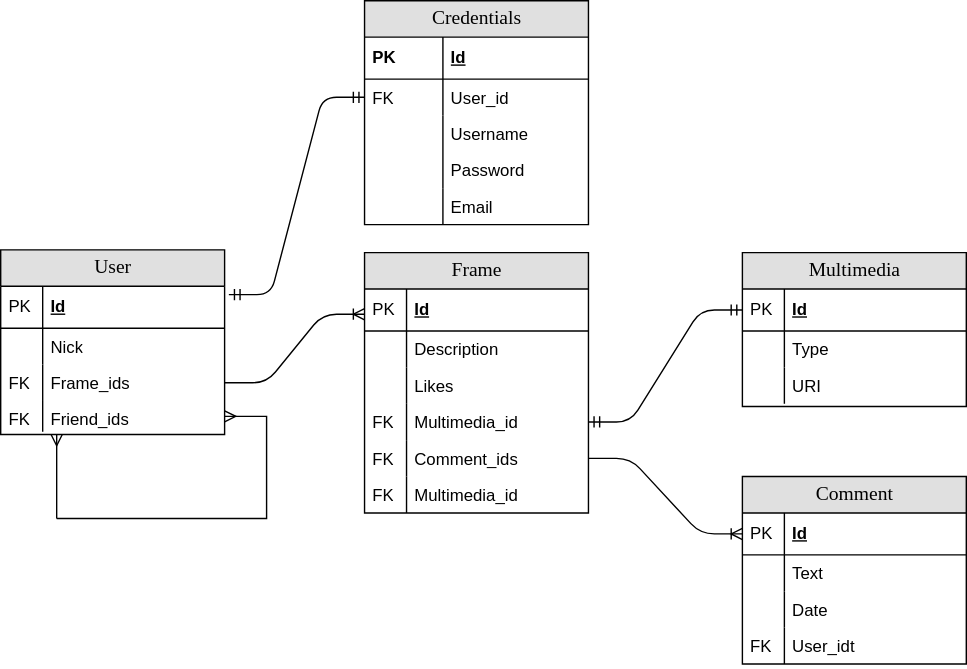
addUsername/Social-app keeps this draw.io diagram as Docs/ERD.svg. Above is the earlier version. Source tidied: cells renumbered, new cells last; positions are measured from the earlier drawing's top-left corner, leaving out a move shared by most shapes. Its diagram source:
```xml
<mxGraphModel background="#ffffff">
  <root>
    <mxCell id="0" />
    <mxCell id="1" parent="0" />
    <mxCell id="2" value="Frame" style="swimlane;html=1;fontStyle=0;horizontal=1;startSize=26;fillColor=#e0e0e0;swimlaneFillColor=#ffffff;align=center;shadow=0;comic=0;labelBackgroundColor=none;strokeWidth=1;fontFamily=Verdana;fontSize=14;" parent="1" vertex="1">
      <mxGeometry x="260" y="180" width="160" height="186" as="geometry" />
    </mxCell>
    <mxCell id="3" value="Id" style="shape=partialRectangle;top=0;left=0;right=0;bottom=1;html=1;align=left;verticalAlign=middle;fillColor=none;spacingLeft=34;spacingRight=4;whiteSpace=wrap;overflow=hidden;fontStyle=5;" parent="2" vertex="1">
      <mxGeometry y="26" width="160" height="30" as="geometry" />
    </mxCell>
    <mxCell id="4" value="PK" style="shape=partialRectangle;top=0;left=0;bottom=0;html=1;fillColor=none;align=left;verticalAlign=middle;spacingLeft=4;spacingRight=4;whiteSpace=wrap;overflow=hidden;" parent="3" vertex="1">
      <mxGeometry width="30" height="30" as="geometry" />
    </mxCell>
    <mxCell id="5" value="Description" style="shape=partialRectangle;top=0;left=0;right=0;bottom=0;html=1;align=left;verticalAlign=top;fillColor=none;spacingLeft=34;spacingRight=4;whiteSpace=wrap;overflow=hidden;" parent="2" vertex="1">
      <mxGeometry y="56" width="160" height="26" as="geometry" />
    </mxCell>
    <mxCell id="6" style="shape=partialRectangle;top=0;left=0;bottom=0;html=1;fillColor=none;align=left;verticalAlign=top;spacingLeft=4;spacingRight=4;whiteSpace=wrap;overflow=hidden;" parent="5" vertex="1">
      <mxGeometry width="30" height="26" as="geometry" />
    </mxCell>
    <mxCell id="7" value="Likes" style="shape=partialRectangle;top=0;left=0;right=0;bottom=0;html=1;align=left;verticalAlign=top;fillColor=none;spacingLeft=34;spacingRight=4;whiteSpace=wrap;overflow=hidden;" parent="2" vertex="1">
      <mxGeometry y="82" width="160" height="26" as="geometry" />
    </mxCell>
    <mxCell id="8" style="shape=partialRectangle;top=0;left=0;bottom=0;html=1;fillColor=none;align=left;verticalAlign=top;spacingLeft=4;spacingRight=4;whiteSpace=wrap;overflow=hidden;" parent="7" vertex="1">
      <mxGeometry width="30" height="26" as="geometry" />
    </mxCell>
    <mxCell id="9" value="Multimedia_id" style="shape=partialRectangle;top=0;left=0;right=0;bottom=0;html=1;align=left;verticalAlign=top;fillColor=none;spacingLeft=34;spacingRight=4;whiteSpace=wrap;overflow=hidden;points=[[0,0.5],[1,0.5]];portConstraint=eastwest;" parent="2" vertex="1">
      <mxGeometry y="108" width="160" height="26" as="geometry" />
    </mxCell>
    <mxCell id="10" value="FK" style="shape=partialRectangle;top=0;left=0;bottom=0;html=1;fillColor=none;align=left;verticalAlign=top;spacingLeft=4;spacingRight=4;whiteSpace=wrap;overflow=hidden;" parent="9" vertex="1">
      <mxGeometry width="30" height="26" as="geometry" />
    </mxCell>
    <mxCell id="11" value="Comment_ids" style="shape=partialRectangle;top=0;left=0;right=0;bottom=0;html=1;align=left;verticalAlign=top;fillColor=none;spacingLeft=34;spacingRight=4;whiteSpace=wrap;overflow=hidden;points=[[0,0.5],[1,0.5]];portConstraint=eastwest;" parent="2" vertex="1">
      <mxGeometry y="134" width="160" height="26" as="geometry" />
    </mxCell>
    <mxCell id="12" value="FK" style="shape=partialRectangle;top=0;left=0;bottom=0;html=1;fillColor=none;align=left;verticalAlign=top;spacingLeft=4;spacingRight=4;whiteSpace=wrap;overflow=hidden;" parent="11" vertex="1">
      <mxGeometry width="30" height="26" as="geometry" />
    </mxCell>
    <mxCell id="13" value="Multimedia_id" style="shape=partialRectangle;top=0;left=0;right=0;bottom=0;html=1;align=left;verticalAlign=top;fillColor=none;spacingLeft=34;spacingRight=4;whiteSpace=wrap;overflow=hidden;" parent="2" vertex="1">
      <mxGeometry y="160" width="160" height="26" as="geometry" />
    </mxCell>
    <mxCell id="14" value="FK" style="shape=partialRectangle;top=0;left=0;bottom=0;html=1;fillColor=none;align=left;verticalAlign=top;spacingLeft=4;spacingRight=4;whiteSpace=wrap;overflow=hidden;" parent="13" vertex="1">
      <mxGeometry width="30" height="26" as="geometry" />
    </mxCell>
    <mxCell id="15" value="User" style="swimlane;html=1;fontStyle=0;horizontal=1;startSize=26;fillColor=#e0e0e0;swimlaneFillColor=#ffffff;align=center;shadow=0;comic=0;labelBackgroundColor=none;strokeWidth=1;fontFamily=Verdana;fontSize=14;" parent="1" vertex="1">
      <mxGeometry y="178" width="160" height="132" as="geometry" />
    </mxCell>
    <mxCell id="16" value="Id" style="shape=partialRectangle;top=0;left=0;right=0;bottom=1;html=1;align=left;verticalAlign=middle;fillColor=none;spacingLeft=34;spacingRight=4;whiteSpace=wrap;overflow=hidden;points=[[0,0.5],[1,0.5]];portConstraint=eastwest;fontStyle=5;" parent="15" vertex="1">
      <mxGeometry y="26" width="160" height="30" as="geometry" />
    </mxCell>
    <mxCell id="17" value="PK" style="shape=partialRectangle;top=0;left=0;bottom=0;html=1;fillColor=none;align=left;verticalAlign=middle;spacingLeft=4;spacingRight=4;whiteSpace=wrap;overflow=hidden;" parent="16" vertex="1">
      <mxGeometry width="30" height="30" as="geometry" />
    </mxCell>
    <mxCell id="18" value="Nick" style="shape=partialRectangle;top=0;left=0;right=0;bottom=0;html=1;align=left;verticalAlign=top;fillColor=none;spacingLeft=34;spacingRight=4;whiteSpace=wrap;overflow=hidden;" parent="15" vertex="1">
      <mxGeometry y="56" width="160" height="26" as="geometry" />
    </mxCell>
    <mxCell id="19" style="shape=partialRectangle;top=0;left=0;bottom=0;html=1;fillColor=none;align=left;verticalAlign=top;spacingLeft=4;spacingRight=4;whiteSpace=wrap;overflow=hidden;" parent="18" vertex="1">
      <mxGeometry width="30" height="26" as="geometry" />
    </mxCell>
    <mxCell id="20" value="Frame_ids" style="shape=partialRectangle;top=0;left=0;right=0;bottom=0;html=1;align=left;verticalAlign=top;fillColor=none;spacingLeft=34;spacingRight=4;whiteSpace=wrap;overflow=hidden;points=[[0,0.5],[1,0.5]];portConstraint=eastwest;" parent="15" vertex="1">
      <mxGeometry y="82" width="160" height="26" as="geometry" />
    </mxCell>
    <mxCell id="21" value="FK" style="shape=partialRectangle;top=0;left=0;bottom=0;html=1;fillColor=none;align=left;verticalAlign=top;spacingLeft=4;spacingRight=4;whiteSpace=wrap;overflow=hidden;" parent="20" vertex="1">
      <mxGeometry width="30" height="26" as="geometry" />
    </mxCell>
    <mxCell id="22" value="Friend_ids" style="shape=partialRectangle;top=0;left=0;right=0;bottom=0;html=1;align=left;verticalAlign=top;fillColor=none;spacingLeft=34;spacingRight=4;whiteSpace=wrap;overflow=hidden;points=[[0,0.5],[1,0.5]];portConstraint=eastwest;" parent="15" vertex="1">
      <mxGeometry y="108" width="160" height="22" as="geometry" />
    </mxCell>
    <mxCell id="23" value="FK" style="shape=partialRectangle;top=0;left=0;bottom=0;html=1;fillColor=none;align=left;verticalAlign=top;spacingLeft=4;spacingRight=4;whiteSpace=wrap;overflow=hidden;" parent="22" vertex="1">
      <mxGeometry width="30" height="22" as="geometry" />
    </mxCell>
    <mxCell id="24" style="edgeStyle=entityRelationEdgeStyle;fontSize=12;html=1;endArrow=ERoneToMany;exitX=1;exitY=0.5;exitDx=0;exitDy=0;" parent="1" edge="1" source="20">
      <mxGeometry relative="1" as="geometry">
        <mxPoint x="260" y="224" as="targetPoint" />
      </mxGeometry>
    </mxCell>
    <mxCell id="25" value="Credentials" style="swimlane;html=1;fontStyle=0;horizontal=1;startSize=26;fillColor=#e0e0e0;swimlaneFillColor=#ffffff;align=center;shadow=0;comic=0;labelBackgroundColor=none;strokeWidth=1;fontFamily=Verdana;fontSize=14;" parent="1" vertex="1">
      <mxGeometry x="260" width="160" height="160" as="geometry" />
    </mxCell>
    <mxCell id="26" value="Id" style="shape=partialRectangle;top=0;left=0;right=0;bottom=1;html=1;align=left;verticalAlign=middle;fillColor=none;spacingLeft=60;spacingRight=4;whiteSpace=wrap;overflow=hidden;fontStyle=5;" parent="25" vertex="1">
      <mxGeometry y="26" width="160" height="30" as="geometry" />
    </mxCell>
    <mxCell id="27" value="PK" style="shape=partialRectangle;fontStyle=1;top=0;left=0;bottom=0;html=1;fillColor=none;align=left;verticalAlign=middle;spacingLeft=4;spacingRight=4;whiteSpace=wrap;overflow=hidden;" parent="26" vertex="1">
      <mxGeometry width="56" height="30" as="geometry" />
    </mxCell>
    <mxCell id="28" value="User_id" style="shape=partialRectangle;top=0;left=0;right=0;bottom=0;html=1;align=left;verticalAlign=top;fillColor=none;spacingLeft=60;spacingRight=4;whiteSpace=wrap;overflow=hidden;points=[[0,0.5],[1,0.5]];portConstraint=eastwest;" parent="25" vertex="1">
      <mxGeometry y="56" width="160" height="26" as="geometry" />
    </mxCell>
    <mxCell id="29" value="FK" style="shape=partialRectangle;top=0;left=0;bottom=0;html=1;fillColor=none;align=left;verticalAlign=top;spacingLeft=4;spacingRight=4;whiteSpace=wrap;overflow=hidden;" parent="28" vertex="1">
      <mxGeometry width="56" height="26" as="geometry" />
    </mxCell>
    <mxCell id="30" value="Username" style="shape=partialRectangle;top=0;left=0;right=0;bottom=0;html=1;align=left;verticalAlign=top;fillColor=none;spacingLeft=60;spacingRight=4;whiteSpace=wrap;overflow=hidden;" parent="25" vertex="1">
      <mxGeometry y="82" width="160" height="26" as="geometry" />
    </mxCell>
    <mxCell id="31" style="shape=partialRectangle;top=0;left=0;bottom=0;html=1;fillColor=none;align=left;verticalAlign=top;spacingLeft=4;spacingRight=4;whiteSpace=wrap;overflow=hidden;" parent="30" vertex="1">
      <mxGeometry width="56" height="26" as="geometry" />
    </mxCell>
    <mxCell id="32" value="Password" style="shape=partialRectangle;top=0;left=0;right=0;bottom=0;html=1;align=left;verticalAlign=top;fillColor=none;spacingLeft=60;spacingRight=4;whiteSpace=wrap;overflow=hidden;" parent="25" vertex="1">
      <mxGeometry y="108" width="160" height="26" as="geometry" />
    </mxCell>
    <mxCell id="33" style="shape=partialRectangle;top=0;left=0;bottom=0;html=1;fillColor=none;align=left;verticalAlign=top;spacingLeft=4;spacingRight=4;whiteSpace=wrap;overflow=hidden;" parent="32" vertex="1">
      <mxGeometry width="56" height="26" as="geometry" />
    </mxCell>
    <mxCell id="34" value="Email" style="shape=partialRectangle;top=0;left=0;right=0;bottom=0;html=1;align=left;verticalAlign=top;fillColor=none;spacingLeft=60;spacingRight=4;whiteSpace=wrap;overflow=hidden;" parent="25" vertex="1">
      <mxGeometry y="134" width="160" height="26" as="geometry" />
    </mxCell>
    <mxCell id="35" style="shape=partialRectangle;top=0;left=0;bottom=0;html=1;fillColor=none;align=left;verticalAlign=top;spacingLeft=4;spacingRight=4;whiteSpace=wrap;overflow=hidden;" parent="34" vertex="1">
      <mxGeometry width="56" height="26" as="geometry" />
    </mxCell>
    <mxCell id="36" style="edgeStyle=entityRelationEdgeStyle;fontSize=12;html=1;endArrow=ERmandOne;startArrow=ERmandOne;exitX=1.019;exitY=0.2;exitDx=0;exitDy=0;entryX=0;entryY=0.5;entryDx=0;entryDy=0;exitPerimeter=0;" parent="1" edge="1" source="16" target="28">
      <mxGeometry relative="1" as="geometry" />
    </mxCell>
    <mxCell id="37" style="edgeStyle=orthogonalEdgeStyle;fontSize=12;html=1;endArrow=none;startArrow=ERmany;exitX=1;exitY=0.5;exitDx=0;exitDy=0;startFill=0;endFill=0;rounded=0;" parent="1" edge="1" source="22">
      <mxGeometry relative="1" as="geometry">
        <mxPoint x="40" y="370" as="targetPoint" />
        <Array as="points">
          <mxPoint x="190" y="297" />
          <mxPoint x="190" y="370" />
        </Array>
      </mxGeometry>
    </mxCell>
    <mxCell id="38" style="endArrow=ERmany;html=1;entryX=0.25;entryY=1;entryDx=0;entryDy=0;rounded=0;startArrow=none;startFill=0;endFill=0;" parent="1" edge="1" target="15">
      <mxGeometry relative="1" as="geometry">
        <mxPoint x="40" y="370" as="sourcePoint" />
      </mxGeometry>
    </mxCell>
    <mxCell id="39" value="Multimedia" style="swimlane;html=1;fontStyle=0;horizontal=1;startSize=26;fillColor=#e0e0e0;swimlaneFillColor=#ffffff;align=center;shadow=0;comic=0;labelBackgroundColor=none;strokeWidth=1;fontFamily=Verdana;fontSize=14;" parent="1" vertex="1">
      <mxGeometry x="530" y="180" width="160" height="110" as="geometry" />
    </mxCell>
    <mxCell id="40" value="Id" style="shape=partialRectangle;top=0;left=0;right=0;bottom=1;html=1;align=left;verticalAlign=middle;fillColor=none;spacingLeft=34;spacingRight=4;whiteSpace=wrap;overflow=hidden;points=[[0,0.5],[1,0.5]];portConstraint=eastwest;fontStyle=5;" parent="39" vertex="1">
      <mxGeometry y="26" width="160" height="30" as="geometry" />
    </mxCell>
    <mxCell id="41" value="PK" style="shape=partialRectangle;top=0;left=0;bottom=0;html=1;fillColor=none;align=left;verticalAlign=middle;spacingLeft=4;spacingRight=4;whiteSpace=wrap;overflow=hidden;" parent="40" vertex="1">
      <mxGeometry width="30" height="30" as="geometry" />
    </mxCell>
    <mxCell id="42" value="Type" style="shape=partialRectangle;top=0;left=0;right=0;bottom=0;html=1;align=left;verticalAlign=top;fillColor=none;spacingLeft=34;spacingRight=4;whiteSpace=wrap;overflow=hidden;" parent="39" vertex="1">
      <mxGeometry y="56" width="160" height="26" as="geometry" />
    </mxCell>
    <mxCell id="43" style="shape=partialRectangle;top=0;left=0;bottom=0;html=1;fillColor=none;align=left;verticalAlign=top;spacingLeft=4;spacingRight=4;whiteSpace=wrap;overflow=hidden;" parent="42" vertex="1">
      <mxGeometry width="30" height="26" as="geometry" />
    </mxCell>
    <mxCell id="44" value="URI" style="shape=partialRectangle;top=0;left=0;right=0;bottom=0;html=1;align=left;verticalAlign=top;fillColor=none;spacingLeft=34;spacingRight=4;whiteSpace=wrap;overflow=hidden;" parent="39" vertex="1">
      <mxGeometry y="82" width="160" height="26" as="geometry" />
    </mxCell>
    <mxCell id="45" style="shape=partialRectangle;top=0;left=0;bottom=0;html=1;fillColor=none;align=left;verticalAlign=top;spacingLeft=4;spacingRight=4;whiteSpace=wrap;overflow=hidden;" parent="44" vertex="1">
      <mxGeometry width="30" height="26" as="geometry" />
    </mxCell>
    <mxCell id="46" style="edgeStyle=entityRelationEdgeStyle;fontSize=12;html=1;endArrow=ERmandOne;startArrow=ERmandOne;exitX=1;exitY=0.5;exitDx=0;exitDy=0;entryX=0;entryY=0.5;entryDx=0;entryDy=0;" parent="1" edge="1" source="9" target="40">
      <mxGeometry relative="1" as="geometry" />
    </mxCell>
    <mxCell id="47" value="Comment" style="swimlane;html=1;fontStyle=0;horizontal=1;startSize=26;fillColor=#e0e0e0;swimlaneFillColor=#ffffff;align=center;shadow=0;comic=0;labelBackgroundColor=none;strokeWidth=1;fontFamily=Verdana;fontSize=14;swimlaneLine=1;" parent="1" vertex="1">
      <mxGeometry x="530" y="340" width="160" height="134" as="geometry" />
    </mxCell>
    <mxCell id="48" value="Id" style="shape=partialRectangle;top=0;left=0;right=0;bottom=1;html=1;align=left;verticalAlign=middle;fillColor=none;spacingLeft=34;spacingRight=4;whiteSpace=wrap;overflow=hidden;points=[[0,0.5],[1,0.5]];portConstraint=eastwest;fontStyle=5;" parent="47" vertex="1">
      <mxGeometry y="26" width="160" height="30" as="geometry" />
    </mxCell>
    <mxCell id="49" value="PK" style="shape=partialRectangle;top=0;left=0;bottom=0;html=1;fillColor=none;align=left;verticalAlign=middle;spacingLeft=4;spacingRight=4;whiteSpace=wrap;overflow=hidden;" parent="48" vertex="1">
      <mxGeometry width="30" height="30" as="geometry" />
    </mxCell>
    <mxCell id="50" value="Text" style="shape=partialRectangle;top=0;left=0;right=0;bottom=0;html=1;align=left;verticalAlign=top;fillColor=none;spacingLeft=34;spacingRight=4;whiteSpace=wrap;overflow=hidden;" parent="47" vertex="1">
      <mxGeometry y="56" width="160" height="26" as="geometry" />
    </mxCell>
    <mxCell id="51" style="shape=partialRectangle;top=0;left=0;bottom=0;html=1;fillColor=none;align=left;verticalAlign=top;spacingLeft=4;spacingRight=4;whiteSpace=wrap;overflow=hidden;" parent="50" vertex="1">
      <mxGeometry width="30" height="26" as="geometry" />
    </mxCell>
    <mxCell id="52" value="Date" style="shape=partialRectangle;top=0;left=0;right=0;bottom=0;html=1;align=left;verticalAlign=top;fillColor=none;spacingLeft=34;spacingRight=4;whiteSpace=wrap;overflow=hidden;" parent="47" vertex="1">
      <mxGeometry y="82" width="160" height="26" as="geometry" />
    </mxCell>
    <mxCell id="53" style="shape=partialRectangle;top=0;left=0;bottom=0;html=1;fillColor=none;align=left;verticalAlign=top;spacingLeft=4;spacingRight=4;whiteSpace=wrap;overflow=hidden;" parent="52" vertex="1">
      <mxGeometry width="30" height="26" as="geometry" />
    </mxCell>
    <mxCell id="54" value="User_idt" style="shape=partialRectangle;top=0;left=0;right=0;bottom=0;html=1;align=left;verticalAlign=top;fillColor=none;spacingLeft=34;spacingRight=4;whiteSpace=wrap;overflow=hidden;" parent="47" vertex="1">
      <mxGeometry y="108" width="160" height="26" as="geometry" />
    </mxCell>
    <mxCell id="55" value="FK" style="shape=partialRectangle;top=0;left=0;bottom=0;html=1;fillColor=none;align=left;verticalAlign=top;spacingLeft=4;spacingRight=4;whiteSpace=wrap;overflow=hidden;" parent="54" vertex="1">
      <mxGeometry width="30" height="26" as="geometry" />
    </mxCell>
    <mxCell id="56" style="edgeStyle=entityRelationEdgeStyle;fontSize=12;html=1;endArrow=ERoneToMany;exitX=1;exitY=0.5;exitDx=0;exitDy=0;entryX=0;entryY=0.5;entryDx=0;entryDy=0;" parent="1" edge="1" source="11" target="48">
      <mxGeometry relative="1" as="geometry" />
    </mxCell>
  </root>
</mxGraphModel>
```
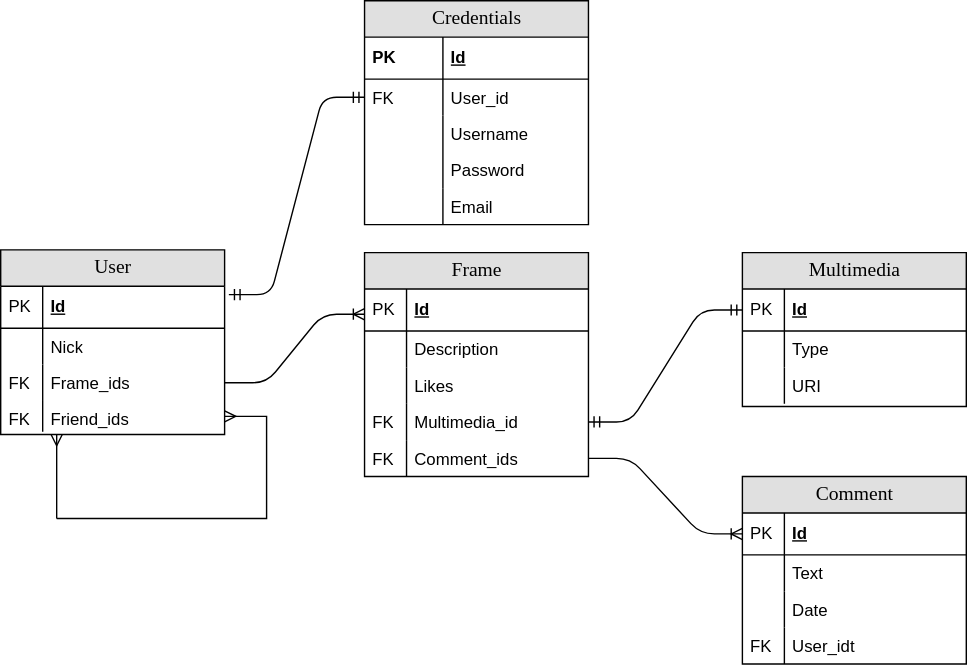
After the change.

Change to the diagram source:
```diff
@@ -3,7 +3,7 @@
     <mxCell id="0" />
     <mxCell id="1" parent="0" />
     <mxCell id="2" value="Frame" style="swimlane;html=1;fontStyle=0;horizontal=1;startSize=26;fillColor=#e0e0e0;swimlaneFillColor=#ffffff;align=center;shadow=0;comic=0;labelBackgroundColor=none;strokeWidth=1;fontFamily=Verdana;fontSize=14;" parent="1" vertex="1">
-      <mxGeometry x="260" y="180" width="160" height="186" as="geometry" />
+      <mxGeometry x="260" y="180" width="160" height="160" as="geometry" />
     </mxCell>
     <mxCell id="3" value="Id" style="shape=partialRectangle;top=0;left=0;right=0;bottom=1;html=1;align=left;verticalAlign=middle;fillColor=none;spacingLeft=34;spacingRight=4;whiteSpace=wrap;overflow=hidden;fontStyle=5;" parent="2" vertex="1">
       <mxGeometry y="26" width="160" height="30" as="geometry" />
@@ -35,12 +35,6 @@
     <mxCell id="12" value="FK" style="shape=partialRectangle;top=0;left=0;bottom=0;html=1;fillColor=none;align=left;verticalAlign=top;spacingLeft=4;spacingRight=4;whiteSpace=wrap;overflow=hidden;" parent="11" vertex="1">
       <mxGeometry width="30" height="26" as="geometry" />
     </mxCell>
-    <mxCell id="13" value="Multimedia_id" style="shape=partialRectangle;top=0;left=0;right=0;bottom=0;html=1;align=left;verticalAlign=top;fillColor=none;spacingLeft=34;spacingRight=4;whiteSpace=wrap;overflow=hidden;" parent="2" vertex="1">
-      <mxGeometry y="160" width="160" height="26" as="geometry" />
-    </mxCell>
-    <mxCell id="14" value="FK" style="shape=partialRectangle;top=0;left=0;bottom=0;html=1;fillColor=none;align=left;verticalAlign=top;spacingLeft=4;spacingRight=4;whiteSpace=wrap;overflow=hidden;" parent="13" vertex="1">
-      <mxGeometry width="30" height="26" as="geometry" />
-    </mxCell>
     <mxCell id="15" value="User" style="swimlane;html=1;fontStyle=0;horizontal=1;startSize=26;fillColor=#e0e0e0;swimlaneFillColor=#ffffff;align=center;shadow=0;comic=0;labelBackgroundColor=none;strokeWidth=1;fontFamily=Verdana;fontSize=14;" parent="1" vertex="1">
       <mxGeometry y="178" width="160" height="132" as="geometry" />
     </mxCell>
```
